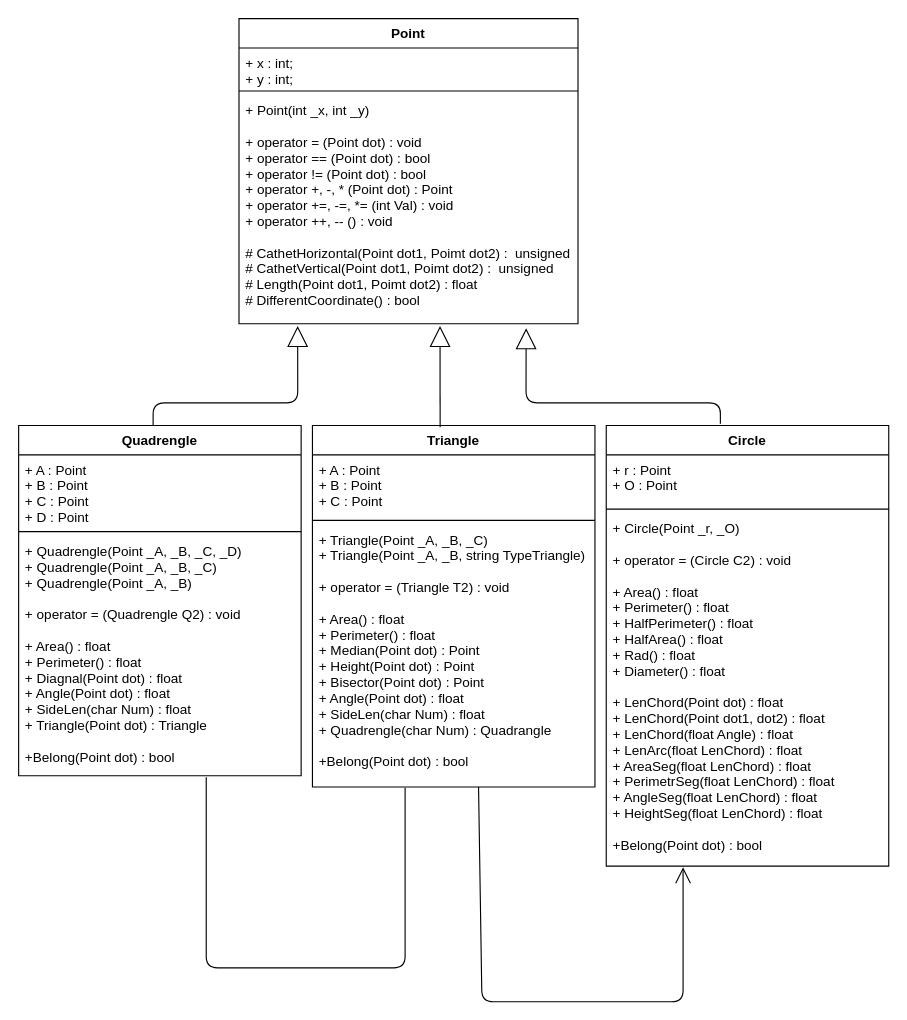
The draw.io diagram Shapes.drawio in MAXXXYMIRON/OOP_-thrid_task, before the edit. Source tidied: cells renumbered, new cells numbered last; positions are measured from the earlier drawing's top-left corner, leaving out a move shared by most shapes. Both pictures are drawn from the tidied source at 113%, with x=0, y=0 at pixel (18, 18).
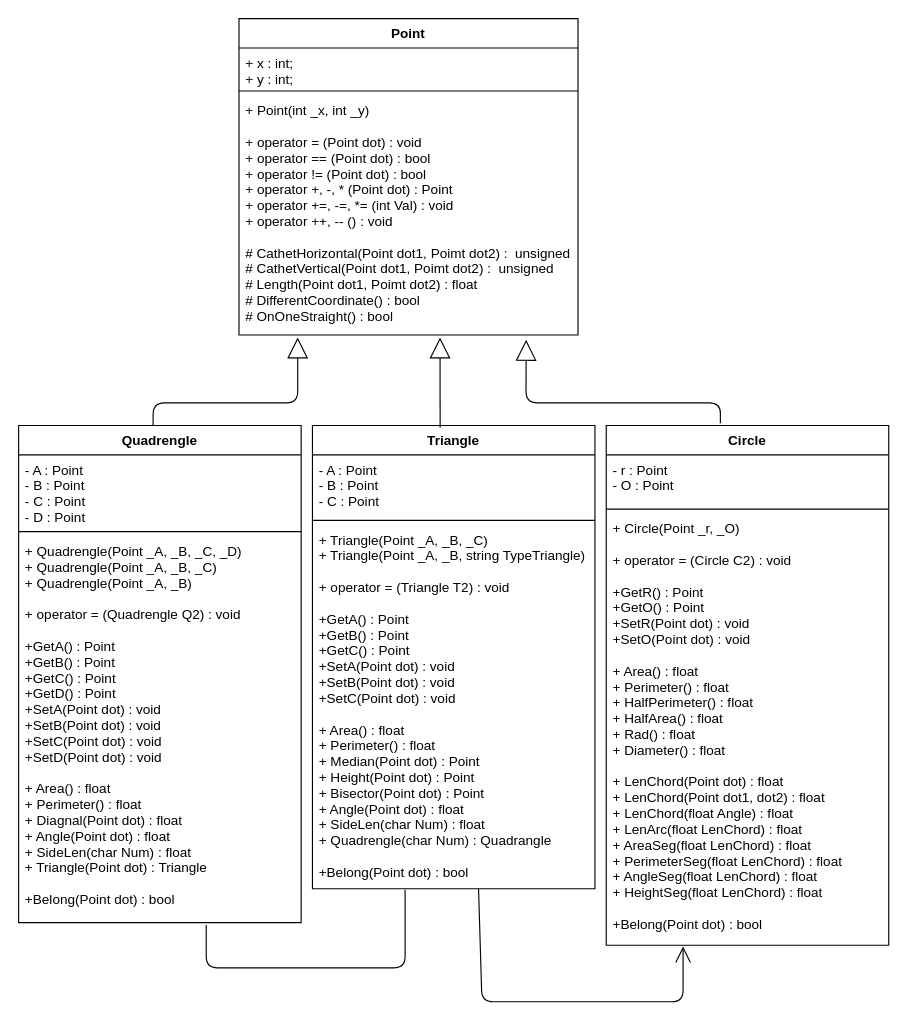
After the change.

The edit, as a diff of the source:
```diff
@@
     <mxCell id="2" value="Point" style="swimlane;fontStyle=1;align=center;verticalAlign=top;horizontal=1;startSize=26;" parent="1" vertex="1">
-      <mxGeometry x="195" width="300" height="270" as="geometry" />
+      <mxGeometry x="195" width="300" height="280" as="geometry" />
     </mxCell>
@@
-    <mxCell id="5" value="+ Point(int _x, int _y)&#10;&#10;+ operator = (Point dot) : void&#10;+ operator == (Point dot) : bool&#10;+ operator != (Point dot) : bool&#10;+ operator +, -, * (Point dot) : Point&#10;+ operator +=, -=, *= (int Val) : void&#10;+ operator ++, -- () : void&#10;&#10;# CathetHorizontal(Point dot1, Poimt dot2) :  unsigned&#10;# CathetVertical(Point dot1, Poimt dot2) :  unsigned&#10;# Length(Point dot1, Poimt dot2) : float&#10;# DifferentCoordinate() : bool" style="text;strokeColor=none;fillColor=none;align=left;verticalAlign=top;spacingLeft=4;spacingRight=4;overflow=hidden;points=[[0,0.5],[1,0.5]];portConstraint=eastwest;" parent="2" vertex="1">
-      <mxGeometry y="68" width="300" height="202" as="geometry" />
+    <mxCell id="5" value="+ Point(int _x, int _y)&#10;&#10;+ operator = (Point dot) : void&#10;+ operator == (Point dot) : bool&#10;+ operator != (Point dot) : bool&#10;+ operator +, -, * (Point dot) : Point&#10;+ operator +=, -=, *= (int Val) : void&#10;+ operator ++, -- () : void&#10;&#10;# CathetHorizontal(Point dot1, Poimt dot2) :  unsigned&#10;# CathetVertical(Point dot1, Poimt dot2) :  unsigned&#10;# Length(Point dot1, Poimt dot2) : float&#10;# DifferentCoordinate() : bool&#10;# OnOneStraight() : bool" style="text;strokeColor=none;fillColor=none;align=left;verticalAlign=top;spacingLeft=4;spacingRight=4;overflow=hidden;points=[[0,0.5],[1,0.5]];portConstraint=eastwest;" parent="2" vertex="1">
+      <mxGeometry y="68" width="300" height="212" as="geometry" />
     </mxCell>
     <mxCell id="6" value="Quadrengle" style="swimlane;fontStyle=1;align=center;verticalAlign=top;horizontal=1;startSize=26;" parent="1" vertex="1">
-      <mxGeometry y="360" width="250" height="310" as="geometry" />
+      <mxGeometry y="360" width="250" height="440" as="geometry" />
     </mxCell>
-    <mxCell id="7" value="+ A : Point&#10;+ B : Point&#10;+ C : Point&#10;+ D : Point" style="text;strokeColor=none;fillColor=none;align=left;verticalAlign=top;spacingLeft=4;spacingRight=4;overflow=hidden;" parent="6" vertex="1">
+    <mxCell id="7" value="- A : Point&#10;- B : Point&#10;- C : Point&#10;- D : Point" style="text;strokeColor=none;fillColor=none;align=left;verticalAlign=top;spacingLeft=4;spacingRight=4;overflow=hidden;" parent="6" vertex="1">
       <mxGeometry y="26" width="250" height="64" as="geometry" />
     </mxCell>
@@
-    <mxCell id="9" value="+ Quadrengle(Point _A, _B, _C, _D)&#10;+ Quadrengle(Point _A, _B, _C)&#10;+ Quadrengle(Point _A, _B)&#10;&#10;+ operator = (Quadrengle Q2) : void&#10;&#10;+ Area() : float&#10;+ Perimeter() : float&#10;+ Diagnal(Point dot) : float&#10;+ Angle(Point dot) : float&#10;+ SideLen(char Num) : float&#10;+ Triangle(Point dot) : Triangle&#10;&#10;+Belong(Point dot) : bool&#10;" style="text;strokeColor=none;fillColor=none;align=left;verticalAlign=top;spacingLeft=4;spacingRight=4;overflow=hidden;points=[[0,0.5],[1,0.5]];portConstraint=eastwest;" parent="6" vertex="1">
-      <mxGeometry y="98" width="250" height="212" as="geometry" />
+    <mxCell id="9" value="+ Quadrengle(Point _A, _B, _C, _D)&#10;+ Quadrengle(Point _A, _B, _C)&#10;+ Quadrengle(Point _A, _B)&#10;&#10;+ operator = (Quadrengle Q2) : void&#10;&#10;+GetA() : Point&#10;+GetB() : Point&#10;+GetC() : Point&#10;+GetD() : Point&#10;+SetA(Point dot) : void&#10;+SetB(Point dot) : void&#10;+SetC(Point dot) : void&#10;+SetD(Point dot) : void&#10;&#10;+ Area() : float&#10;+ Perimeter() : float&#10;+ Diagnal(Point dot) : float&#10;+ Angle(Point dot) : float&#10;+ SideLen(char Num) : float&#10;+ Triangle(Point dot) : Triangle&#10;&#10;+Belong(Point dot) : bool&#10;" style="text;strokeColor=none;fillColor=none;align=left;verticalAlign=top;spacingLeft=4;spacingRight=4;overflow=hidden;points=[[0,0.5],[1,0.5]];portConstraint=eastwest;" parent="6" vertex="1">
+      <mxGeometry y="98" width="250" height="342" as="geometry" />
     </mxCell>
     <mxCell id="10" value="Triangle" style="swimlane;fontStyle=1;align=center;verticalAlign=top;horizontal=1;startSize=26;" parent="1" vertex="1">
-      <mxGeometry x="260" y="360" width="250" height="320" as="geometry" />
+      <mxGeometry x="260" y="360" width="250" height="410" as="geometry" />
     </mxCell>
-    <mxCell id="11" value="+ A : Point&#10;+ B : Point&#10;+ C : Point" style="text;strokeColor=none;fillColor=none;align=left;verticalAlign=top;spacingLeft=4;spacingRight=4;overflow=hidden;" parent="10" vertex="1">
+    <mxCell id="11" value="- A : Point&#10;- B : Point&#10;- C : Point" style="text;strokeColor=none;fillColor=none;align=left;verticalAlign=top;spacingLeft=4;spacingRight=4;overflow=hidden;" parent="10" vertex="1">
       <mxGeometry y="26" width="250" height="54" as="geometry" />
     </mxCell>
@@
-    <mxCell id="13" value="+ Triangle(Point _A, _B, _C)&#10;+ Triangle(Point _A, _B, string TypeTriangle)&#10;&#10;+ operator = (Triangle T2) : void&#10;&#10;+ Area() : float&#10;+ Perimeter() : float&#10;+ Median(Point dot) : Point&#10;+ Height(Point dot) : Point&#10;+ Bisector(Point dot) : Point&#10;+ Angle(Point dot) : float&#10;+ SideLen(char Num) : float&#10;+ Quadrengle(char Num) : Quadrangle&#10;&#10;+Belong(Point dot) : bool" style="text;strokeColor=none;fillColor=none;align=left;verticalAlign=top;spacingLeft=4;spacingRight=4;overflow=hidden;points=[[0,0.5],[1,0.5]];portConstraint=eastwest;" parent="10" vertex="1">
-      <mxGeometry y="88" width="250" height="232" as="geometry" />
+    <mxCell id="13" value="+ Triangle(Point _A, _B, _C)&#10;+ Triangle(Point _A, _B, string TypeTriangle)&#10;&#10;+ operator = (Triangle T2) : void&#10;&#10;+GetA() : Point&#10;+GetB() : Point&#10;+GetC() : Point&#10;+SetA(Point dot) : void&#10;+SetB(Point dot) : void&#10;+SetC(Point dot) : void&#10;&#10;+ Area() : float&#10;+ Perimeter() : float&#10;+ Median(Point dot) : Point&#10;+ Height(Point dot) : Point&#10;+ Bisector(Point dot) : Point&#10;+ Angle(Point dot) : float&#10;+ SideLen(char Num) : float&#10;+ Quadrengle(char Num) : Quadrangle&#10;&#10;+Belong(Point dot) : bool" style="text;strokeColor=none;fillColor=none;align=left;verticalAlign=top;spacingLeft=4;spacingRight=4;overflow=hidden;points=[[0,0.5],[1,0.5]];portConstraint=eastwest;" parent="10" vertex="1">
+      <mxGeometry y="88" width="250" height="322" as="geometry" />
     </mxCell>
     <mxCell id="14" value="Circle" style="swimlane;fontStyle=1;align=center;verticalAlign=top;horizontal=1;startSize=26;" parent="1" vertex="1">
-      <mxGeometry x="520" y="360" width="250" height="390" as="geometry" />
+      <mxGeometry x="520" y="360" width="250" height="460" as="geometry" />
     </mxCell>
-    <mxCell id="15" value="+ r : Point&#10;+ O : Point" style="text;strokeColor=none;fillColor=none;align=left;verticalAlign=top;spacingLeft=4;spacingRight=4;overflow=hidden;" parent="14" vertex="1">
+    <mxCell id="15" value="- r : Point&#10;- O : Point" style="text;strokeColor=none;fillColor=none;align=left;verticalAlign=top;spacingLeft=4;spacingRight=4;overflow=hidden;" parent="14" vertex="1">
       <mxGeometry y="26" width="250" height="44" as="geometry" />
     </mxCell>
@@
-    <mxCell id="17" value="+ Circle(Point _r, _O)&#10;&#10;+ operator = (Circle C2) : void&#10;&#10;+ Area() : float&#10;+ Perimeter() : float&#10;+ HalfPerimeter() : float&#10;+ HalfArea() : float&#10;+ Rad() : float&#10;+ Diameter() : float&#10;&#10;+ LenChord(Point dot) : float&#10;+ LenChord(Point dot1, dot2) : float&#10;+ LenChord(float Angle) : float&#10;+ LenArc(float LenChord) : float&#10;+ AreaSeg(float LenChord) : float&#10;+ PerimetrSeg(float LenChord) : float&#10;+ AngleSeg(float LenChord) : float&#10;+ HeightSeg(float LenChord) : float&#10;&#10;+Belong(Point dot) : bool&#10;&#10;" style="text;strokeColor=none;fillColor=none;align=left;verticalAlign=top;spacingLeft=4;spacingRight=4;overflow=hidden;points=[[0,0.5],[1,0.5]];portConstraint=eastwest;" parent="14" vertex="1">
-      <mxGeometry y="78" width="250" height="312" as="geometry" />
+    <mxCell id="17" value="+ Circle(Point _r, _O)&#10;&#10;+ operator = (Circle C2) : void&#10;&#10;+GetR() : Point&#10;+GetO() : Point&#10;+SetR(Point dot) : void&#10;+SetO(Point dot) : void&#10;&#10;+ Area() : float&#10;+ Perimeter() : float&#10;+ HalfPerimeter() : float&#10;+ HalfArea() : float&#10;+ Rad() : float&#10;+ Diameter() : float&#10;&#10;+ LenChord(Point dot) : float&#10;+ LenChord(Point dot1, dot2) : float&#10;+ LenChord(float Angle) : float&#10;+ LenArc(float LenChord) : float&#10;+ AreaSeg(float LenChord) : float&#10;+ PerimeterSeg(float LenChord) : float&#10;+ AngleSeg(float LenChord) : float&#10;+ HeightSeg(float LenChord) : float&#10;&#10;+Belong(Point dot) : bool&#10;&#10;" style="text;strokeColor=none;fillColor=none;align=left;verticalAlign=top;spacingLeft=4;spacingRight=4;overflow=hidden;points=[[0,0.5],[1,0.5]];portConstraint=eastwest;" parent="14" vertex="1">
+      <mxGeometry y="78" width="250" height="382" as="geometry" />
     </mxCell>
```
